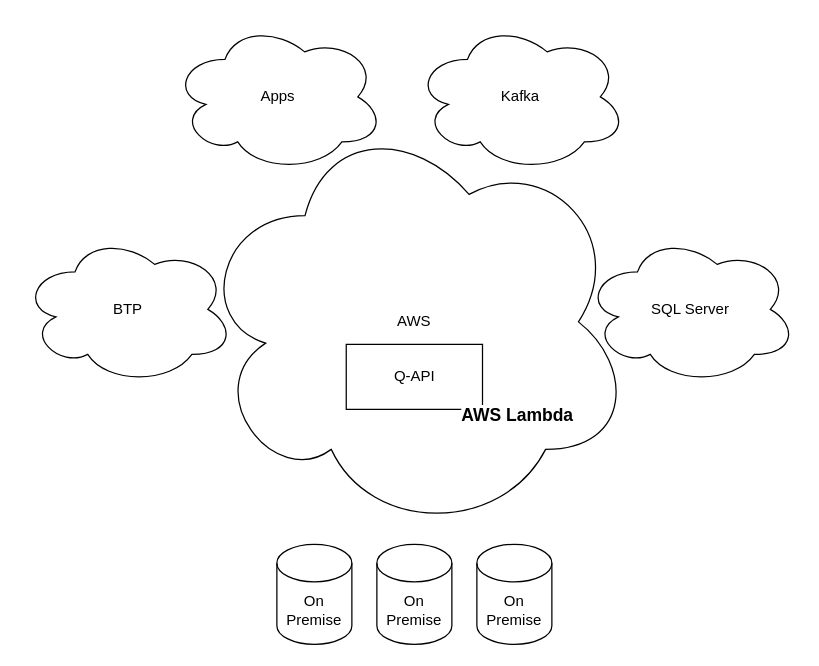
Above: page "Intro" (1 of 7) of staticWeb/Untitled Diagram.drawio in eleemans/react2022 (draw.io), before the change. Source tidied: cells renumbered, new cells numbered last; positions are measured from the earlier drawing's top-left corner, leaving out a move shared by most shapes. Both pictures are drawn from the tidied source at 125%, with x=0, y=0 at pixel (21, 21).
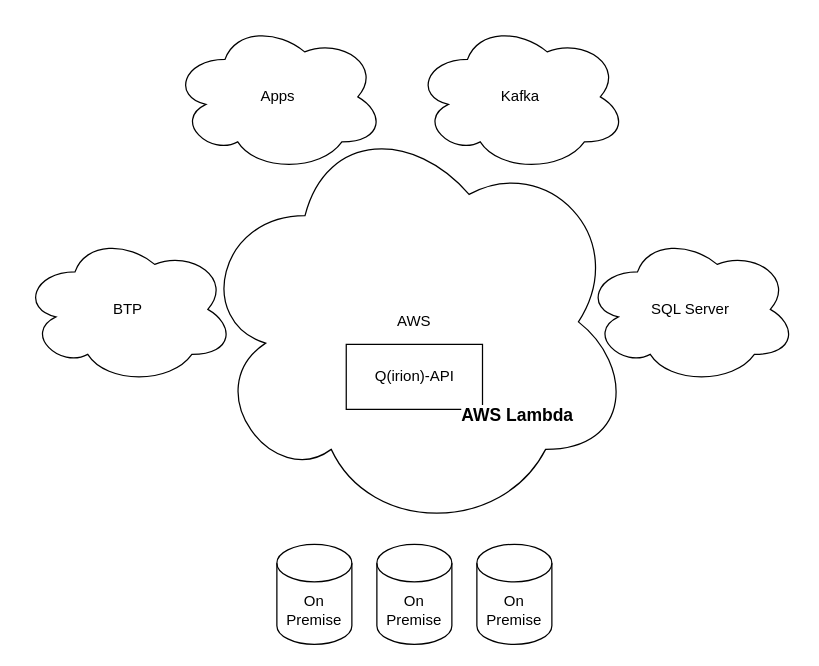
The same diagram, later.

Diff of the diagram source:
```diff
@@
 <mxGraphModel>
   <root>
     <mxCell id="0" />
     <mxCell id="1" parent="0" />
     <mxCell id="2" value="AWS" style="ellipse;shape=cloud;whiteSpace=wrap;html=1;" parent="1" vertex="1">
       <mxGeometry x="139" y="70" width="350" height="340" as="geometry" />
     </mxCell>
-    <mxCell id="3" value="Q-API" style="rounded=0;whiteSpace=wrap;html=1;" parent="1" vertex="1">
+    <mxCell id="3" value="Q(irion)-API" style="rounded=0;whiteSpace=wrap;html=1;" parent="1" vertex="1">
       <mxGeometry x="259.5" y="258" width="109" height="52" as="geometry" />
     </mxCell>
     <mxCell id="4" value="BTP" style="ellipse;shape=cloud;whiteSpace=wrap;html=1;" parent="1" vertex="1">
       <mxGeometry y="170" width="170" height="120" as="geometry" />
     </mxCell>
     <mxCell id="5" value="SQL Server" style="ellipse;shape=cloud;whiteSpace=wrap;html=1;" parent="1" vertex="1">
       <mxGeometry x="450" y="170" width="170" height="120" as="geometry" />
     </mxCell>
     <mxCell id="6" value="On Premise" style="shape=cylinder3;whiteSpace=wrap;html=1;boundedLbl=1;backgroundOutline=1;size=15;" parent="1" vertex="1">
       <mxGeometry x="284" y="418" width="60" height="80" as="geometry" />
     </mxCell>
     <mxCell id="7" value="&lt;em style=&quot;font-weight: bold; font-style: normal; font-family: arial, sans-serif; font-size: 14px; font-variant-ligatures: normal; font-variant-caps: normal; letter-spacing: normal; orphans: 2; text-align: left; text-indent: 0px; text-transform: none; widows: 2; word-spacing: 0px; -webkit-text-stroke-width: 0px; text-decoration-thickness: initial; text-decoration-style: initial; text-decoration-color: initial; background-color: rgb(255, 255, 255);&quot;&gt;AWS Lambda&lt;/em&gt;" style="text;whiteSpace=wrap;html=1;fontSize=13;" parent="1" vertex="1">
       <mxGeometry x="350" y="300" width="110" height="30" as="geometry" />
     </mxCell>
     <mxCell id="8" value="On Premise" style="shape=cylinder3;whiteSpace=wrap;html=1;boundedLbl=1;backgroundOutline=1;size=15;" parent="1" vertex="1">
       <mxGeometry x="364" y="418" width="60" height="80" as="geometry" />
     </mxCell>
     <mxCell id="9" value="On Premise" style="shape=cylinder3;whiteSpace=wrap;html=1;boundedLbl=1;backgroundOutline=1;size=15;" parent="1" vertex="1">
       <mxGeometry x="204" y="418" width="60" height="80" as="geometry" />
     </mxCell>
     <mxCell id="10" value="Apps" style="ellipse;shape=cloud;whiteSpace=wrap;html=1;" parent="1" vertex="1">
       <mxGeometry x="120" width="170" height="120" as="geometry" />
     </mxCell>
     <mxCell id="11" value="Kafka" style="ellipse;shape=cloud;whiteSpace=wrap;html=1;" parent="1" vertex="1">
       <mxGeometry x="314" width="170" height="120" as="geometry" />
     </mxCell>
   </root>
 </mxGraphModel>
```
